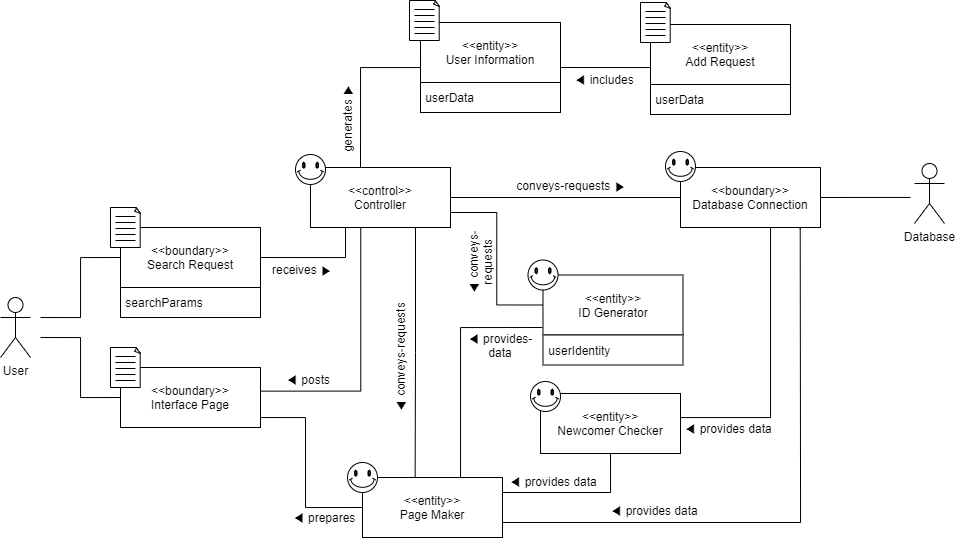
Above: docs/DomainModels/diagrams/DM-UC-14.png in youngkwon02/Enhanced-library-management (draw.io), before the change. Source tidied: cells renumbered, new cells last; positions are measured from the earlier drawing's top-left corner, leaving out a move shared by most shapes.
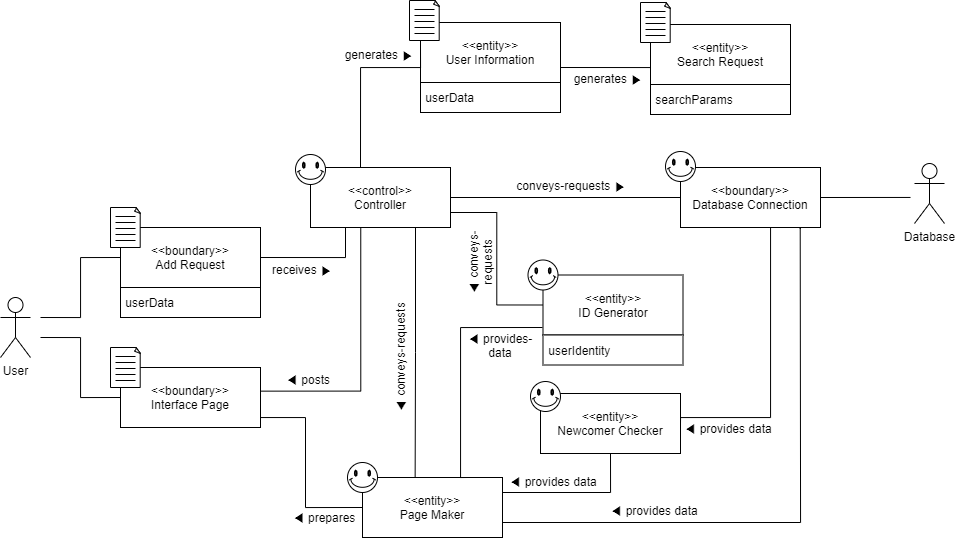
Above is the later version.

Diff of the diagram source:
```diff
@@ -131,10 +131,10 @@
     <mxCell id="30" style="group;" parent="29" vertex="1">
       <mxGeometry x="10" y="20" width="140" height="90" as="geometry" />
     </mxCell>
-    <mxCell id="31" value="&amp;lt;&amp;lt;boundary&amp;gt;&amp;gt;&lt;br&gt;Search Request" style="rounded=0;whiteSpace=wrap;html=1;" parent="30" vertex="1">
+    <mxCell id="31" value="&amp;lt;&amp;lt;boundary&amp;gt;&amp;gt;&lt;br&gt;Add Request" style="rounded=0;whiteSpace=wrap;html=1;" parent="30" vertex="1">
       <mxGeometry width="140" height="60" as="geometry" />
     </mxCell>
-    <mxCell id="32" value="&amp;nbsp;searchParams" style="rounded=0;whiteSpace=wrap;html=1;align=left;" parent="30" vertex="1">
+    <mxCell id="32" value="&amp;nbsp;userData" style="rounded=0;whiteSpace=wrap;html=1;align=left;" parent="30" vertex="1">
       <mxGeometry y="60" width="140" height="30" as="geometry" />
     </mxCell>
     <mxCell id="33" style="group;" parent="29" vertex="1">
@@ -245,10 +245,10 @@
     <mxCell id="58" style="group;" parent="1" vertex="1">
       <mxGeometry x="640" y="2" width="150" height="112" as="geometry" />
     </mxCell>
-    <mxCell id="59" value="&amp;lt;&amp;lt;entity&amp;gt;&amp;gt;&lt;br&gt;Add Request" style="rounded=0;whiteSpace=wrap;html=1;" parent="58" vertex="1">
+    <mxCell id="59" value="&amp;lt;&amp;lt;entity&amp;gt;&amp;gt;&lt;br&gt;Search Request" style="rounded=0;whiteSpace=wrap;html=1;" parent="58" vertex="1">
       <mxGeometry x="10" y="22" width="140" height="60" as="geometry" />
     </mxCell>
-    <mxCell id="60" value="&amp;nbsp;userData" style="rounded=0;whiteSpace=wrap;html=1;align=left;" parent="58" vertex="1">
+    <mxCell id="60" value="&amp;nbsp;searchParams" style="rounded=0;whiteSpace=wrap;html=1;align=left;" parent="58" vertex="1">
       <mxGeometry x="10" y="82" width="140" height="30" as="geometry" />
     </mxCell>
     <mxCell id="61" style="group;" parent="58" vertex="1">
@@ -331,8 +331,8 @@
         </Array>
       </mxGeometry>
     </mxCell>
-    <mxCell id="78" value="generates&amp;nbsp;▶" style="text;html=1;strokeColor=none;fillColor=none;align=center;verticalAlign=middle;whiteSpace=wrap;rounded=0;rotation=-90;" parent="1" vertex="1">
-      <mxGeometry x="282" y="108" width="130" height="20" as="geometry" />
+    <mxCell id="78" value="generates&amp;nbsp;▶" style="text;html=1;strokeColor=none;fillColor=none;align=center;verticalAlign=middle;whiteSpace=wrap;rounded=0;rotation=0;" parent="1" vertex="1">
+      <mxGeometry x="313.5" y="44" width="130" height="20" as="geometry" />
     </mxCell>
     <mxCell id="79" style="edgeStyle=orthogonalEdgeStyle;rounded=0;jettySize=auto;html=1;exitX=1;exitY=0.75;exitDx=0;exitDy=0;endArrow=none;endFill=0;" parent="1" edge="1" source="11">
       <mxGeometry relative="1" as="geometry">
@@ -368,9 +368,6 @@
     <mxCell id="84" style="edgeStyle=orthogonalEdgeStyle;rounded=0;jettySize=auto;html=1;exitX=0.75;exitY=1;exitDx=0;exitDy=0;entryX=0.376;entryY=0;entryDx=0;entryDy=0;entryPerimeter=0;endArrow=none;endFill=0;" parent="1" edge="1" source="50" target="69">
       <mxGeometry relative="1" as="geometry" />
     </mxCell>
-    <mxCell id="85" value="◀ includes" style="text;html=1;strokeColor=none;fillColor=none;align=center;verticalAlign=middle;whiteSpace=wrap;rounded=0;rotation=0;" parent="1" vertex="1">
-      <mxGeometry x="566" y="69" width="76" height="20" as="geometry" />
-    </mxCell>
     <mxCell id="86" style="edgeStyle=orthogonalEdgeStyle;rounded=0;jettySize=auto;html=1;exitX=0.5;exitY=1;exitDx=0;exitDy=0;entryX=1;entryY=0.25;entryDx=0;entryDy=0;endArrow=none;endFill=0;" parent="1" edge="1" source="72" target="69">
       <mxGeometry relative="1" as="geometry" />
     </mxCell>
@@ -386,5 +383,8 @@
     <mxCell id="90" style="verticalLabelPosition=bottom;verticalAlign=top;html=1;shape=mxgraph.basic.smiley;" parent="1" vertex="1">
       <mxGeometry x="665" y="151" width="30" height="30" as="geometry" />
     </mxCell>
+    <mxCell id="91" value="generates&amp;nbsp;▶" style="text;html=1;strokeColor=none;fillColor=none;align=center;verticalAlign=middle;whiteSpace=wrap;rounded=0;rotation=0;" parent="1" vertex="1">
+      <mxGeometry x="543" y="68" width="130" height="20" as="geometry" />
+    </mxCell>
   </root>
 </mxGraphModel>
```
